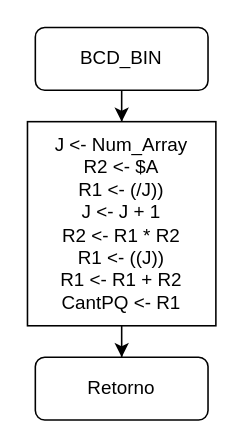
Above: Tarea 5/BCD_BIN.drawio in robz25/Microprocesadores (draw.io), before the change. Source tidied: cells renumbered, new cells numbered last; positions are measured from the earlier drawing's top-left corner, leaving out a move shared by most shapes. Both pictures are drawn from the tidied source at 157%, with x=0, y=0 at pixel (27, 27).
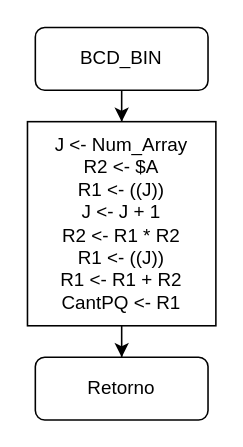
The same page after the edit.

The edit, as a diff of the source:
```diff
@@
 <mxGraphModel>
   <root>
     <mxCell id="0" />
     <mxCell id="1" parent="0" />
     <mxCell id="2" style="edgeStyle=orthogonalEdgeStyle;rounded=0;jettySize=auto;html=1;" parent="1" edge="1" source="3" target="5">
       <mxGeometry relative="1" as="geometry" />
     </mxCell>
     <mxCell id="3" value="BCD_BIN" style="rounded=1;whiteSpace=wrap;html=1;" parent="1" vertex="1">
       <mxGeometry x="5" width="110" height="40" as="geometry" />
     </mxCell>
     <mxCell id="4" style="edgeStyle=orthogonalEdgeStyle;rounded=0;jettySize=auto;html=1;" parent="1" edge="1" source="5" target="6">
       <mxGeometry relative="1" as="geometry" />
     </mxCell>
-    <mxCell id="5" value="&lt;div&gt;J &amp;lt;- Num_Array&lt;/div&gt;&lt;div&gt;R2 &amp;lt;- $A&lt;/div&gt;&lt;div&gt;R1 &amp;lt;- (/J))&lt;/div&gt;&lt;div&gt;J &amp;lt;- J + 1&lt;br&gt;&lt;/div&gt;&lt;div&gt;R2 &amp;lt;- R1 * R2&lt;/div&gt;&lt;div&gt;R1 &amp;lt;- ((J))&lt;/div&gt;&lt;div&gt;R1 &amp;lt;- R1 + R2&lt;/div&gt;&lt;div&gt;CantPQ &amp;lt;- R1&lt;br&gt;&lt;/div&gt;" style="rounded=0;whiteSpace=wrap;html=1;" parent="1" vertex="1">
+    <mxCell id="5" value="&lt;div&gt;J &amp;lt;- Num_Array&lt;/div&gt;&lt;div&gt;R2 &amp;lt;- $A&lt;/div&gt;&lt;div&gt;R1 &amp;lt;- ((J))&lt;/div&gt;&lt;div&gt;J &amp;lt;- J + 1&lt;br&gt;&lt;/div&gt;&lt;div&gt;R2 &amp;lt;- R1 * R2&lt;/div&gt;&lt;div&gt;R1 &amp;lt;- ((J))&lt;/div&gt;&lt;div&gt;R1 &amp;lt;- R1 + R2&lt;/div&gt;&lt;div&gt;CantPQ &amp;lt;- R1&lt;br&gt;&lt;/div&gt;" style="rounded=0;whiteSpace=wrap;html=1;" parent="1" vertex="1">
       <mxGeometry y="60" width="120" height="130" as="geometry" />
     </mxCell>
     <mxCell id="6" value="Retorno" style="rounded=1;whiteSpace=wrap;html=1;" parent="1" vertex="1">
       <mxGeometry x="5" y="210" width="110" height="40" as="geometry" />
     </mxCell>
   </root>
 </mxGraphModel>
```
